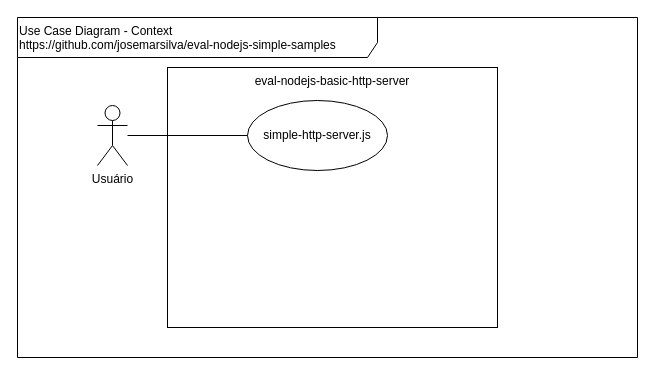
Earlier version of the draw.io diagram doc/UseCaseDiagram-Context.drawio (josemarsilva/eval-nodejs-simple-samples). Source tidied: cells renumbered, new cells numbered last; positions are measured from the earlier drawing's top-left corner, leaving out a move shared by most shapes. Both pictures are drawn from the tidied source at 100%, with x=0, y=0 at pixel (17, 17).
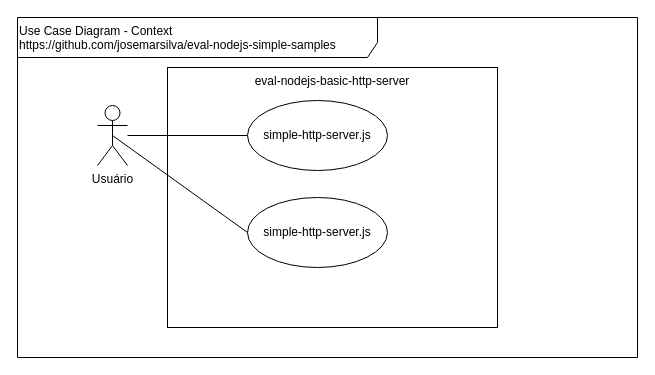
Above is the later version.

Commit message (it also covers changes not shown here):
update doc UseCase e Deploy

The edit, as a diff of the source:
```diff
@@
 <mxGraphModel>
   <root>
     <mxCell id="0" />
     <mxCell id="1" parent="0" />
     <mxCell id="2" value="Use Case Diagram - Context&lt;br&gt;https://github.com/josemarsilva/eval-nodejs-simple-samples" style="shape=umlFrame;whiteSpace=wrap;html=1;width=360;height=40;verticalAlign=top;align=left;" parent="1" vertex="1">
       <mxGeometry width="620" height="340" as="geometry" />
     </mxCell>
     <mxCell id="3" value="&lt;div style=&quot;text-align: center&quot;&gt;&lt;span&gt;Usuário&lt;/span&gt;&lt;/div&gt;" style="shape=umlActor;verticalLabelPosition=bottom;labelBackgroundColor=#ffffff;verticalAlign=top;html=1;align=center;" parent="1" vertex="1">
       <mxGeometry x="80" y="88" width="30" height="60" as="geometry" />
     </mxCell>
     <mxCell id="4" value="eval-nodejs-basic-http-server" style="rounded=0;whiteSpace=wrap;html=1;align=center;verticalAlign=top;" parent="1" vertex="1">
       <mxGeometry x="150" y="50" width="330" height="260" as="geometry" />
     </mxCell>
     <mxCell id="5" value="simple-http-server.js" style="ellipse;whiteSpace=wrap;html=1;align=center;" parent="1" vertex="1">
       <mxGeometry x="230" y="83" width="140" height="70" as="geometry" />
     </mxCell>
     <mxCell id="6" style="edgeStyle=orthogonalEdgeStyle;rounded=0;jettySize=auto;html=1;endArrow=none;endFill=0;" parent="1" edge="1" source="3" target="5">
       <mxGeometry relative="1" as="geometry" />
     </mxCell>
+    <mxCell id="7" value="simple-http-server.js" style="ellipse;whiteSpace=wrap;html=1;align=center;" parent="1" vertex="1">
+      <mxGeometry x="230" y="180" width="140" height="70" as="geometry" />
+    </mxCell>
+    <mxCell id="8" style="rounded=0;jettySize=auto;html=1;endArrow=none;endFill=0;entryX=0;entryY=0.5;entryDx=0;entryDy=0;exitX=0.5;exitY=0.5;exitDx=0;exitDy=0;exitPerimeter=0;" parent="1" edge="1" source="3" target="7">
+      <mxGeometry relative="1" as="geometry" />
+    </mxCell>
   </root>
 </mxGraphModel>
```
